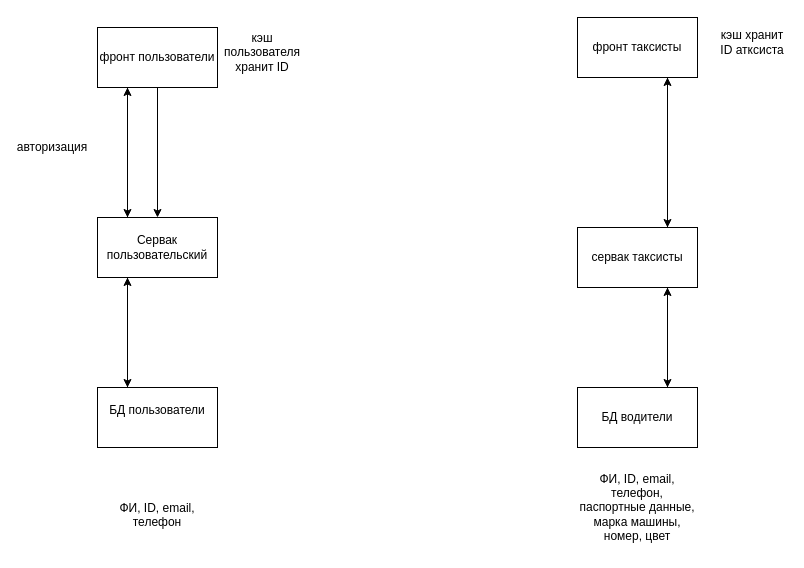
The draw.io diagram диаграмка с бд.drawio in GameXost/YandexGo_proj, before the edit. Source tidied: cells renumbered, new cells numbered last; positions are measured from the earlier drawing's top-left corner, leaving out a move shared by most shapes. Both pictures are drawn from the tidied source at 100%, with x=0, y=0 at pixel (17, 17).
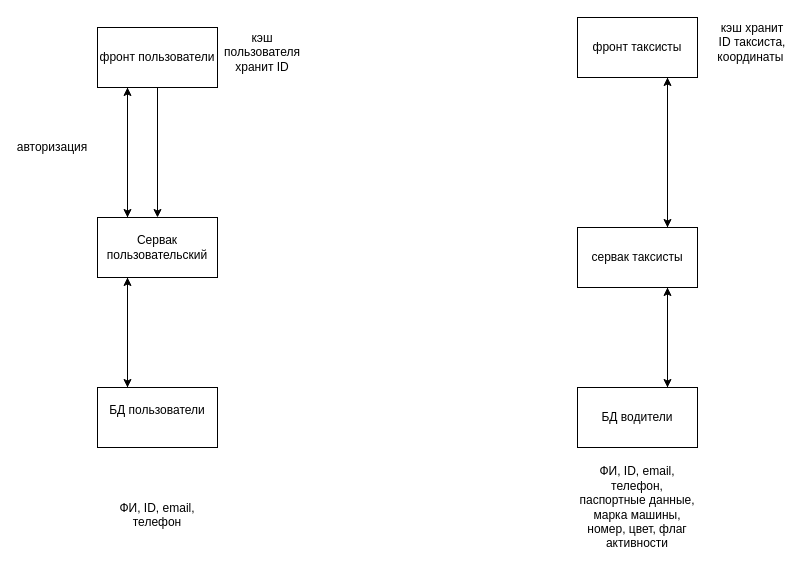
The same page after the edit.

The edit, as a diff of the source:
```diff
@@
-    <mxCell id="16" value="ФИ, ID, email, телефон, паспортные данные, марка машины, номер, цвет" style="text;html=1;align=center;verticalAlign=middle;whiteSpace=wrap;rounded=0;" parent="1" vertex="1">
+    <mxCell id="16" value="ФИ, ID, email, телефон, паспортные данные, марка машины, номер, цвет, флаг активности" style="text;html=1;align=center;verticalAlign=middle;whiteSpace=wrap;rounded=0;" parent="1" vertex="1">
       <mxGeometry x="560" y="450" width="120" height="80" as="geometry" />
     </mxCell>
@@
-    <mxCell id="22" value="кэш хранит ID атксиста" style="text;html=1;align=center;verticalAlign=middle;whiteSpace=wrap;rounded=0;" parent="1" vertex="1">
+    <mxCell id="22" value="кэш хранит ID таксиста, координаты&amp;nbsp;" style="text;html=1;align=center;verticalAlign=middle;whiteSpace=wrap;rounded=0;" parent="1" vertex="1">
       <mxGeometry x="700" width="70" height="50" as="geometry" />
     </mxCell>
```
